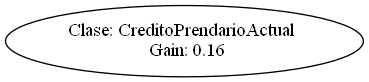
Above: test_output/gain_ratio.png in AlejandroFNadal/ia_decision_trees (Graphviz), before the change. Its source is kept beside it as test_output/gain_ratio.dot.
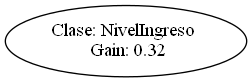
Later version of the same file.

Diff of the diagram source:
```diff
@@ -1,4 +1,4 @@
 digraph {
-	0 [label="Clase: CreditoPrendarioActual
- Gain: 0.16"]
+	0 [label="Clase: NivelIngreso
+ Gain: 0.32"]
 }
```
